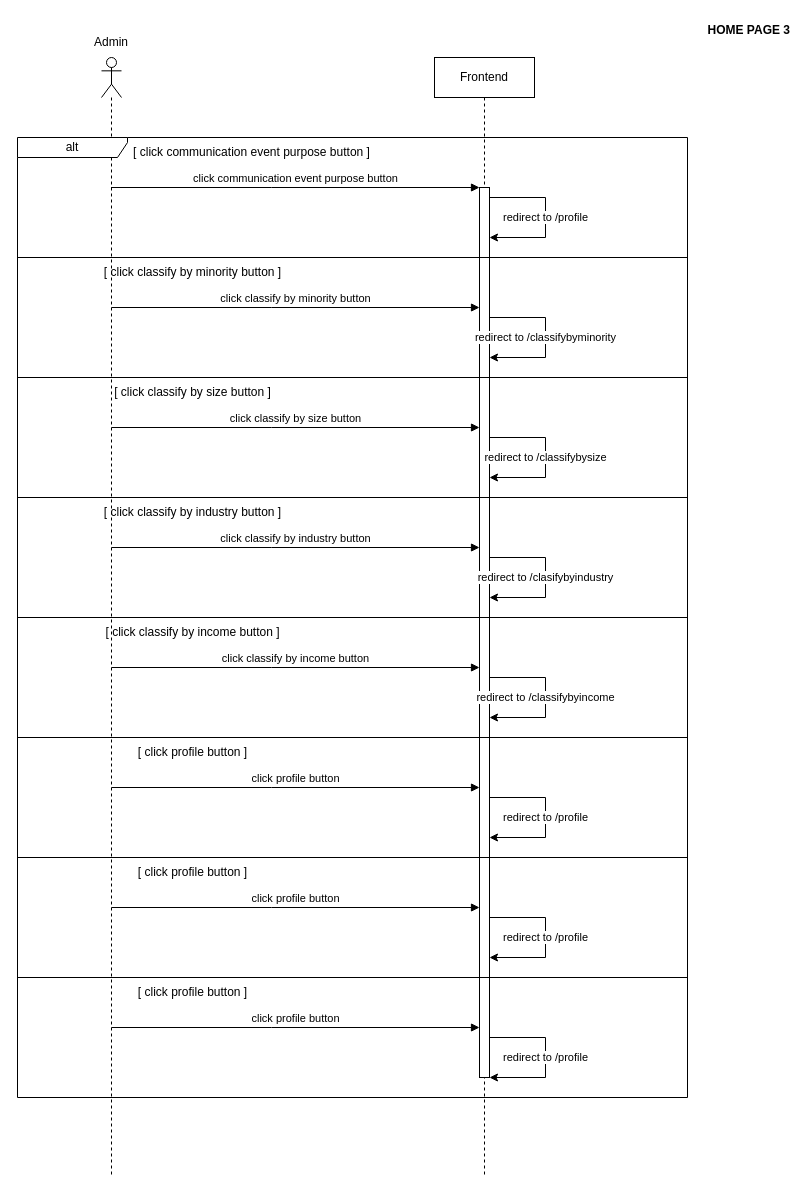
Above: page "5 home page" (6 of 14) of docs/artifact/SequentialDiagram/SequentialDiagram.drawio in ssszZ-TH/party_fullstack_docker3 (draw.io), before the change. Source tidied: cells renumbered, new cells numbered last; positions are measured from the earlier drawing's top-left corner, leaving out a move shared by most shapes. Both pictures are drawn from the tidied source at 100%, with x=0, y=0 at pixel (17, 17).
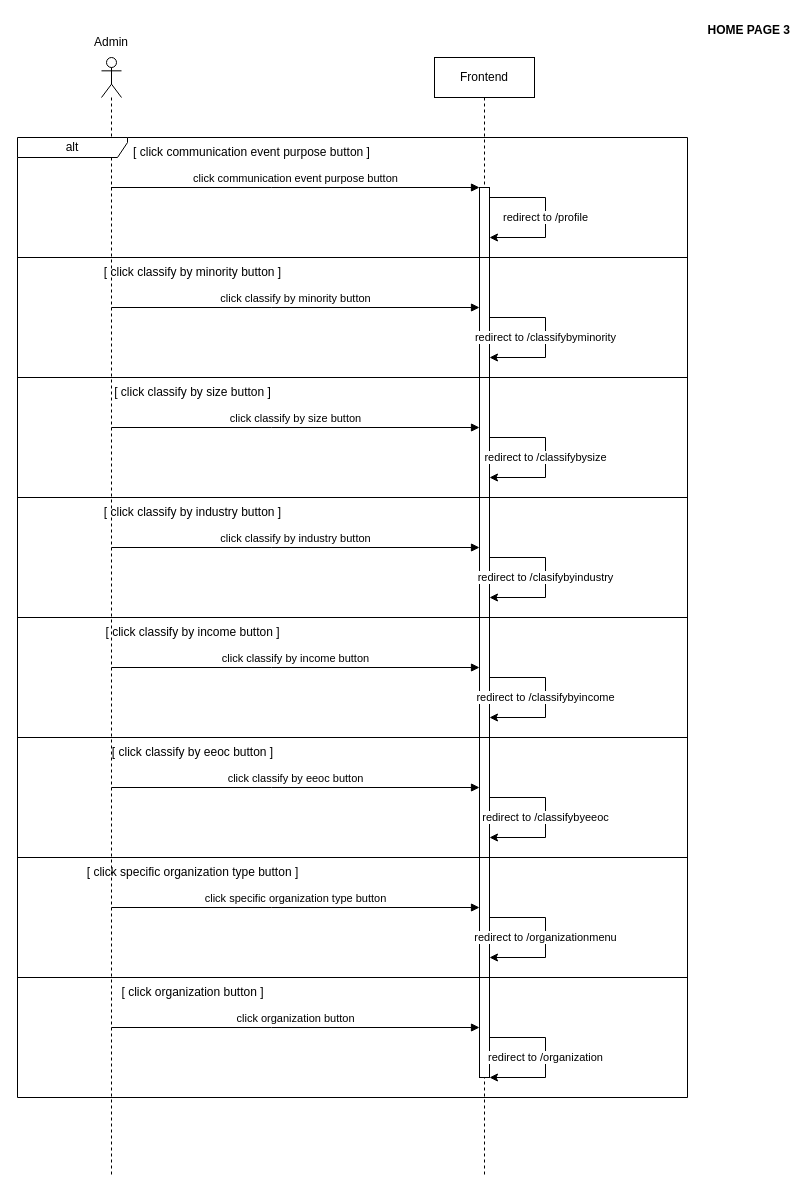
Above is the later version.

Commit message (it also covers changes not shown here):
docs seq diagram home profile check login fin. party role read CRUD fin but not have activation bar

What changed in the source:
```diff
@@
-    <mxCell id="28" value="redirect to /profile" style="edgeStyle=orthogonalEdgeStyle;rounded=0;orthogonalLoop=1;jettySize=auto;html=1;curved=0;" parent="1" edge="1">
+    <mxCell id="28" value="redirect to /classifybyeeoc" style="edgeStyle=orthogonalEdgeStyle;rounded=0;orthogonalLoop=1;jettySize=auto;html=1;curved=0;" parent="1" edge="1">
       <mxGeometry relative="1" as="geometry">
         <mxPoint x="472" y="780" as="sourcePoint" />
         <mxPoint x="472" y="820" as="targetPoint" />
         <Array as="points">
           <mxPoint x="528" y="780" />
           <mxPoint x="528" y="820" />
         </Array>
       </mxGeometry>
     </mxCell>
-    <mxCell id="29" value="click profile button" style="html=1;verticalAlign=bottom;endArrow=block;curved=0;rounded=0;" parent="1" edge="1">
+    <mxCell id="29" value="click classify by eeoc button" style="html=1;verticalAlign=bottom;endArrow=block;curved=0;rounded=0;" parent="1" edge="1">
       <mxGeometry relative="1" as="geometry">
         <mxPoint x="94" y="770" as="sourcePoint" />
         <mxPoint x="462" y="770" as="targetPoint" />
         <Array as="points">
           <mxPoint x="254" y="770" />
         </Array>
       </mxGeometry>
     </mxCell>
@@
-    <mxCell id="31" value="[ click profile button ]" style="text;html=1;align=center;verticalAlign=middle;strokeColor=none;fillColor=none;" parent="1" vertex="1">
-      <mxGeometry x="110" y="720" width="130" height="30" as="geometry" />
+    <mxCell id="31" value="[ click classify by eeoc button ]" style="text;html=1;align=center;verticalAlign=middle;strokeColor=none;fillColor=none;" parent="1" vertex="1">
+      <mxGeometry x="85" y="720" width="180" height="30" as="geometry" />
     </mxCell>
-    <mxCell id="32" value="redirect to /profile" style="edgeStyle=orthogonalEdgeStyle;rounded=0;orthogonalLoop=1;jettySize=auto;html=1;curved=0;" parent="1" edge="1">
+    <mxCell id="32" value="redirect to /organizationmenu" style="edgeStyle=orthogonalEdgeStyle;rounded=0;orthogonalLoop=1;jettySize=auto;html=1;curved=0;" parent="1" edge="1">
       <mxGeometry relative="1" as="geometry">
         <mxPoint x="472" y="900" as="sourcePoint" />
         <mxPoint x="472" y="940" as="targetPoint" />
         <Array as="points">
           <mxPoint x="528" y="900" />
           <mxPoint x="528" y="940" />
         </Array>
       </mxGeometry>
     </mxCell>
-    <mxCell id="33" value="click profile button" style="html=1;verticalAlign=bottom;endArrow=block;curved=0;rounded=0;" parent="1" edge="1">
+    <mxCell id="33" value="click specific organization type button" style="html=1;verticalAlign=bottom;endArrow=block;curved=0;rounded=0;" parent="1" edge="1">
       <mxGeometry relative="1" as="geometry">
         <mxPoint x="94" y="890" as="sourcePoint" />
         <mxPoint x="462" y="890" as="targetPoint" />
         <Array as="points">
           <mxPoint x="254" y="890" />
         </Array>
       </mxGeometry>
     </mxCell>
@@
-    <mxCell id="35" value="[ click profile button ]" style="text;html=1;align=center;verticalAlign=middle;strokeColor=none;fillColor=none;" parent="1" vertex="1">
-      <mxGeometry x="110" y="840" width="130" height="30" as="geometry" />
+    <mxCell id="35" value="[ click specific organization type button ]" style="text;html=1;align=center;verticalAlign=middle;strokeColor=none;fillColor=none;" parent="1" vertex="1">
+      <mxGeometry x="60" y="840" width="230" height="30" as="geometry" />
     </mxCell>
-    <mxCell id="36" value="redirect to /profile" style="edgeStyle=orthogonalEdgeStyle;rounded=0;orthogonalLoop=1;jettySize=auto;html=1;curved=0;" parent="1" edge="1">
+    <mxCell id="36" value="redirect to /organization" style="edgeStyle=orthogonalEdgeStyle;rounded=0;orthogonalLoop=1;jettySize=auto;html=1;curved=0;" parent="1" edge="1">
       <mxGeometry relative="1" as="geometry">
         <mxPoint x="472" y="1020" as="sourcePoint" />
         <mxPoint x="472" y="1060" as="targetPoint" />
         <Array as="points">
           <mxPoint x="528" y="1020" />
           <mxPoint x="528" y="1060" />
         </Array>
       </mxGeometry>
     </mxCell>
-    <mxCell id="37" value="click profile button" style="html=1;verticalAlign=bottom;endArrow=block;curved=0;rounded=0;" parent="1" edge="1">
+    <mxCell id="37" value="click organization button" style="html=1;verticalAlign=bottom;endArrow=block;curved=0;rounded=0;" parent="1" edge="1">
       <mxGeometry relative="1" as="geometry">
         <mxPoint x="94" y="1010" as="sourcePoint" />
         <mxPoint x="462" y="1010" as="targetPoint" />
         <Array as="points">
           <mxPoint x="254" y="1010" />
         </Array>
       </mxGeometry>
     </mxCell>
-    <mxCell id="38" value="[ click profile button ]" style="text;html=1;align=center;verticalAlign=middle;strokeColor=none;fillColor=none;" parent="1" vertex="1">
-      <mxGeometry x="110" y="960" width="130" height="30" as="geometry" />
+    <mxCell id="38" value="[ click organization button ]" style="text;html=1;align=center;verticalAlign=middle;strokeColor=none;fillColor=none;" parent="1" vertex="1">
+      <mxGeometry x="90" y="960" width="170" height="30" as="geometry" />
     </mxCell>
```
